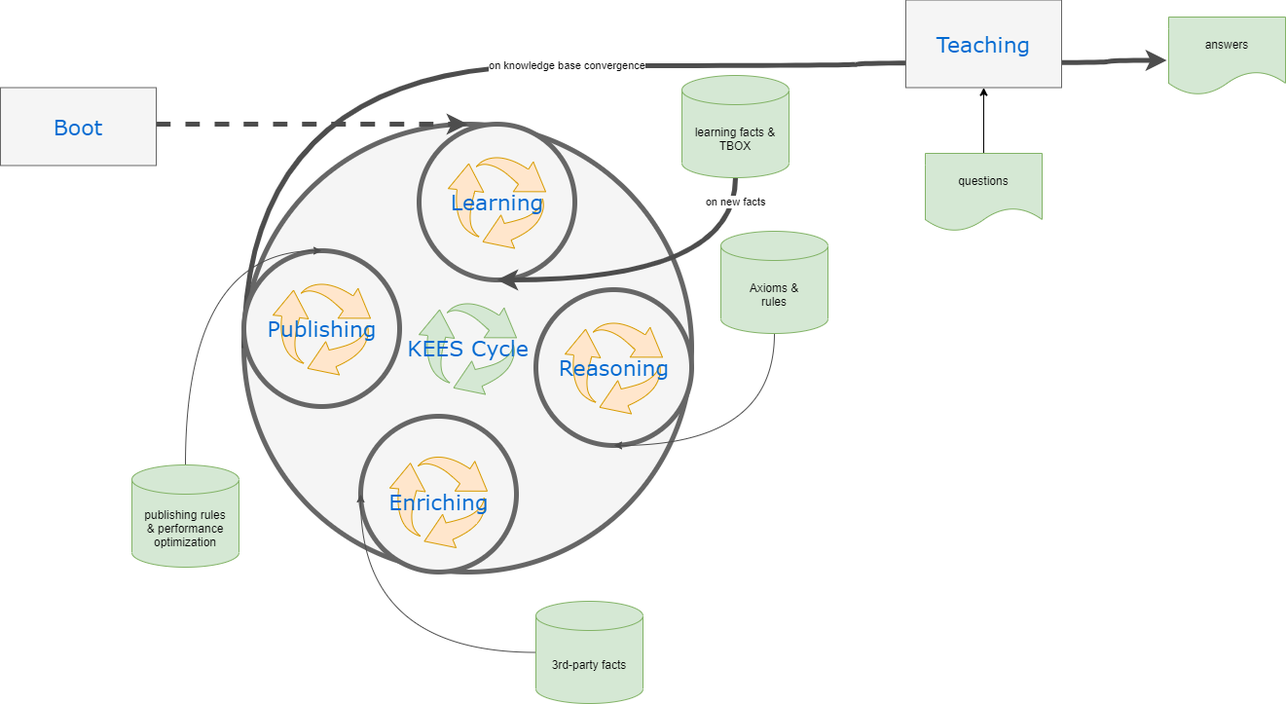
The draw.io diagram v1/images/cycle.png in linkeddatacenter/kees, before a commit. Source tidied: cells renumbered, new cells last; positions are measured from the earlier drawing's top-left corner, leaving out a move shared by most shapes.
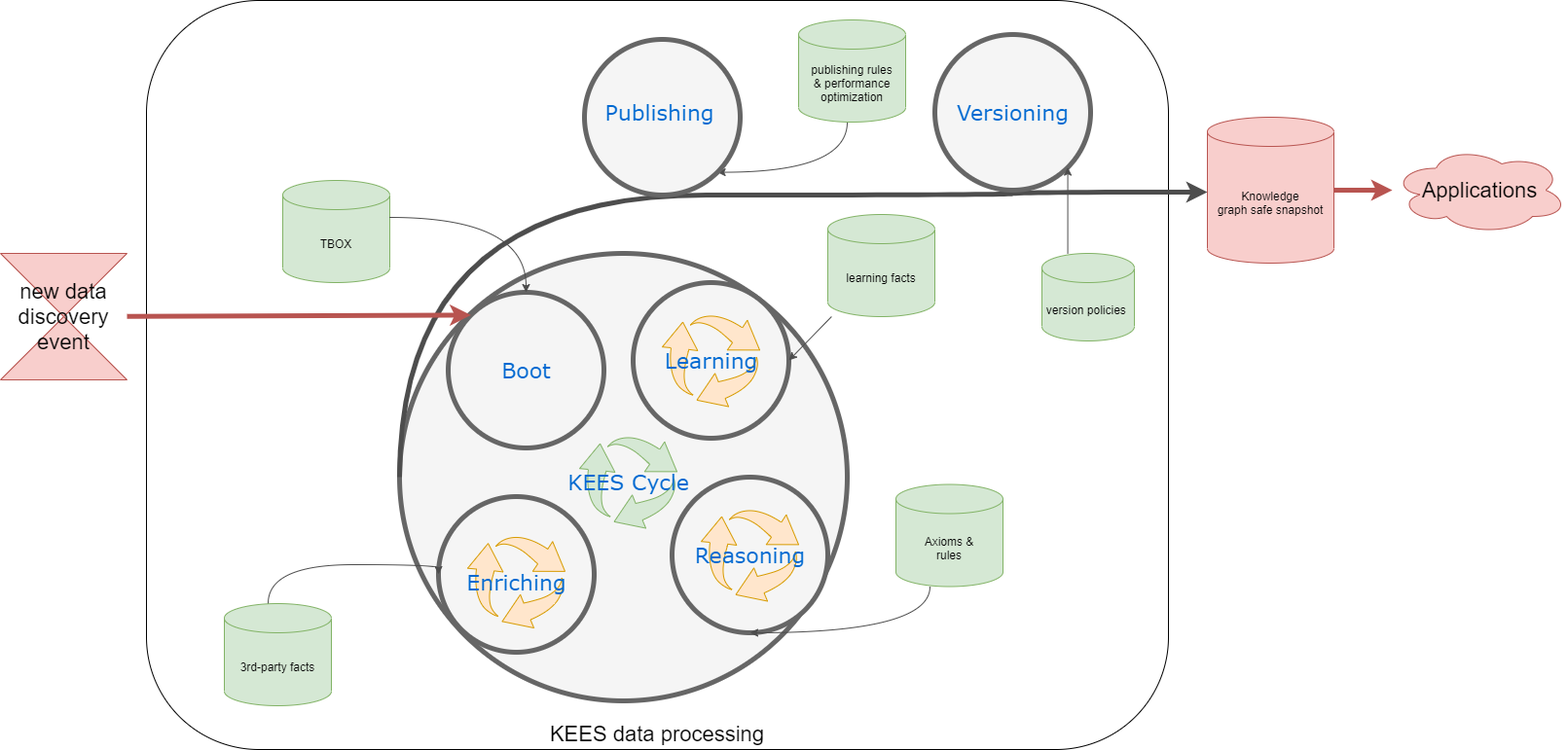
Above is the later version.

Change to the diagram source:
```diff
@@ -1,39 +1,26 @@
-<mxGraphModel>
+<mxGraphModel background="#FFFFFF">
   <root>
     <mxCell id="0" />
     <mxCell id="1" parent="0" />
+    <mxCell id="31" value="KEES data processing" style="rounded=1;whiteSpace=wrap;html=1;fontSize=22;fillColor=default;verticalAlign=bottom;" parent="1" vertex="1">
+      <mxGeometry x="150" y="8" width="1050" height="770" as="geometry" />
+    </mxCell>
     <mxCell id="2" style="ellipse;whiteSpace=wrap;html=1;rounded=0;shadow=0;dashed=0;comic=0;fontFamily=Verdana;fontSize=22;fontColor=#0069D1;fillColor=#f5f5f5;strokeColor=#666666;strokeWidth=5;" parent="1" vertex="1">
-      <mxGeometry x="250" y="128" width="460" height="460" as="geometry" />
+      <mxGeometry x="410" y="268" width="460" height="460" as="geometry" />
     </mxCell>
-    <mxCell id="3" style="edgeStyle=orthogonalEdgeStyle;curved=1;rounded=0;jettySize=auto;html=1;strokeWidth=5;strokeColor=#4D4D4D;entryX=0.5;entryY=0;entryDx=0;entryDy=0;dashed=1;" parent="1" edge="1" source="4" target="2">
-      <mxGeometry relative="1" as="geometry">
-        <Array as="points">
-          <mxPoint x="100" y="125" />
-          <mxPoint x="120" y="125" />
-          <mxPoint x="120" y="128" />
-        </Array>
-      </mxGeometry>
-    </mxCell>
-    <mxCell id="4" value="Boot" style="rectangle;whiteSpace=wrap;html=1;rounded=0;shadow=0;dashed=0;comic=0;fontFamily=Verdana;fontSize=22;fontColor=#0069D1;fillColor=#f5f5f5;strokeColor=#666666;" parent="1" vertex="1">
-      <mxGeometry y="90.5" width="160" height="80" as="geometry" />
-    </mxCell>
-    <mxCell id="5" value="on knowledge base convergence" style="rounded=0;jettySize=auto;html=1;exitX=0;exitY=0.5;exitDx=0;exitDy=0;entryX=-0.018;entryY=0.59;entryDx=0;entryDy=0;strokeColor=#4D4D4D;strokeWidth=5;edgeStyle=orthogonalEdgeStyle;curved=1;entryPerimeter=0;" parent="1" edge="1" source="2">
+    <mxCell id="5" style="rounded=0;jettySize=auto;html=1;exitX=0;exitY=0.5;exitDx=0;exitDy=0;strokeColor=#4D4D4D;strokeWidth=5;edgeStyle=orthogonalEdgeStyle;curved=1;" parent="1" edge="1" source="2" target="41">
       <mxGeometry relative="1" as="geometry">
-        <mxPoint x="1198" y="62.5" as="targetPoint" />
         <Array as="points">
-          <mxPoint x="250" y="68" />
-          <mxPoint x="880" y="68" />
-          <mxPoint x="880" y="65" />
-          <mxPoint x="1138" y="65" />
-          <mxPoint x="1138" y="63" />
+          <mxPoint x="410" y="208" />
+          <mxPoint x="1040" y="208" />
+          <mxPoint x="1040" y="205" />
+          <mxPoint x="1298" y="205" />
+          <mxPoint x="1298" y="203" />
         </Array>
       </mxGeometry>
     </mxCell>
-    <mxCell id="6" value="&lt;span style=&quot;color: rgb(0 , 105 , 209) ; font-family: &amp;#34;verdana&amp;#34; ; font-size: 22px&quot;&gt;KEES Cycle&lt;/span&gt;" style="sketch=0;html=1;strokeColor=#82b366;shadow=0;align=center;verticalAlign=middle;fillColor=#d5e8d4;shape=mxgraph.gcp2.arrow_cycle;" parent="1" vertex="1">
-      <mxGeometry x="430" y="310.5" width="100" height="95" as="geometry" />
-    </mxCell>
     <mxCell id="7" style="group;" parent="1" vertex="1">
-      <mxGeometry x="550" y="298" width="160" height="160" as="geometry" />
+      <mxGeometry x="690" y="498" width="160" height="160" as="geometry" />
     </mxCell>
     <mxCell id="8" style="ellipse;whiteSpace=wrap;html=1;rounded=0;shadow=0;dashed=0;comic=0;fontFamily=Verdana;fontSize=22;fontColor=#0069D1;fillColor=#f5f5f5;strokeColor=#666666;strokeWidth=5;" parent="7" vertex="1">
       <mxGeometry width="160" height="160" as="geometry" />
@@ -42,7 +29,7 @@
       <mxGeometry x="30" y="32.5" width="100" height="95" as="geometry" />
     </mxCell>
     <mxCell id="10" style="group;" parent="1" vertex="1">
-      <mxGeometry x="430" y="128" width="160" height="160" as="geometry" />
+      <mxGeometry x="650" y="298" width="160" height="160" as="geometry" />
     </mxCell>
     <mxCell id="11" value="&lt;span style=&quot;color: rgba(0 , 0 , 0 , 0) ; font-family: monospace ; font-size: 0px&quot;&gt;%3CmxGraphModel%3E%3Croot%3E%3CmxCell%20id%3D%220%22%2F%3E%3CmxCell%20id%3D%221%22%20parent%3D%220%22%2F%3E%3CmxCell%20id%3D%222%22%20value%3D%22%26lt%3Bspan%20style%3D%26quot%3Bcolor%3A%20rgb(0%20%2C%20105%20%2C%20209)%20%3B%20font-family%3A%20%26amp%3B%2334%3Bverdana%26amp%3B%2334%3B%20%3B%20font-size%3A%2022px%26quot%3B%26gt%3BReasoning%26lt%3B%2Fspan%26gt%3B%22%20style%3D%22sketch%3D0%3Bhtml%3D1%3Baspect%3Dfixed%3BstrokeColor%3Dnone%3Bshadow%3D0%3Balign%3Dcenter%3BverticalAlign%3Dmiddle%3BfillColor%3D%2399CCFF%3Bshape%3Dmxgraph.gcp2.arrow_cycle%22%20vertex%3D%221%22%20parent%3D%221%22%3E%3CmxGeometry%20x%3D%22690%22%20y%3D%22402.5%22%20width%3D%22100%22%20height%3D%2295%22%20as%3D%22geometry%22%2F%3E%3C%2FmxCell%3E%3C%2Froot%3E%3C%2FmxGraphModel%3E&lt;/span&gt;" style="ellipse;whiteSpace=wrap;html=1;rounded=0;shadow=0;dashed=0;comic=0;fontFamily=Verdana;fontSize=22;fontColor=#0069D1;fillColor=#f5f5f5;strokeColor=#666666;strokeWidth=5;" parent="10" vertex="1">
       <mxGeometry width="160" height="160" as="geometry" />
@@ -50,17 +37,8 @@
     <mxCell id="12" value="&lt;span style=&quot;color: rgb(0 , 105 , 209) ; font-family: &amp;#34;verdana&amp;#34; ; font-size: 22px&quot;&gt;Learning&lt;/span&gt;" style="sketch=0;html=1;strokeColor=#d79b00;shadow=0;align=center;verticalAlign=middle;fillColor=#ffe6cc;shape=mxgraph.gcp2.arrow_cycle;" parent="10" vertex="1">
       <mxGeometry x="30" y="32.5" width="100" height="95" as="geometry" />
     </mxCell>
-    <mxCell id="13" style="group;" parent="1" vertex="1">
-      <mxGeometry x="250" y="258" width="160" height="160" as="geometry" />
-    </mxCell>
-    <mxCell id="14" style="ellipse;whiteSpace=wrap;html=1;rounded=0;shadow=0;dashed=0;comic=0;fontFamily=Verdana;fontSize=22;fontColor=#0069D1;fillColor=#f5f5f5;strokeColor=#666666;strokeWidth=5;" parent="13" vertex="1">
-      <mxGeometry width="160" height="160" as="geometry" />
-    </mxCell>
-    <mxCell id="15" value="&lt;span style=&quot;color: rgb(0 , 105 , 209) ; font-family: &amp;#34;verdana&amp;#34; ; font-size: 22px&quot;&gt;Publishing&lt;/span&gt;" style="sketch=0;html=1;strokeColor=#d79b00;shadow=0;align=center;verticalAlign=middle;fillColor=#ffe6cc;shape=mxgraph.gcp2.arrow_cycle;" parent="13" vertex="1">
-      <mxGeometry x="30" y="32.5" width="100" height="95" as="geometry" />
-    </mxCell>
     <mxCell id="16" style="group;" parent="1" vertex="1">
-      <mxGeometry x="370" y="428" width="160" height="160" as="geometry" />
+      <mxGeometry x="450" y="518" width="160" height="160" as="geometry" />
     </mxCell>
     <mxCell id="17" value="&lt;span style=&quot;color: rgba(0 , 0 , 0 , 0) ; font-family: monospace ; font-size: 0px&quot;&gt;%3CmxGraphModel%3E%3Croot%3E%3CmxCell%20id%3D%220%22%2F%3E%3CmxCell%20id%3D%221%22%20parent%3D%220%22%2F%3E%3CmxCell%20id%3D%222%22%20value%3D%22%26lt%3Bspan%20style%3D%26quot%3Bcolor%3A%20rgb(0%20%2C%20105%20%2C%20209)%20%3B%20font-family%3A%20%26amp%3B%2334%3Bverdana%26amp%3B%2334%3B%20%3B%20font-size%3A%2022px%26quot%3B%26gt%3BLearning%26lt%3B%2Fspan%26gt%3B%22%20style%3D%22sketch%3D0%3Bhtml%3D1%3Baspect%3Dfixed%3BstrokeColor%3Dnone%3Bshadow%3D0%3Balign%3Dcenter%3BverticalAlign%3Dmiddle%3BfillColor%3D%2399CCFF%3Bshape%3Dmxgraph.gcp2.arrow_cycle%22%20vertex%3D%221%22%20parent%3D%221%22%3E%3CmxGeometry%20x%3D%22630%22%20y%3D%22182.5%22%20width%3D%22100%22%20height%3D%2295%22%20as%3D%22geometry%22%2F%3E%3C%2FmxCell%3E%3C%2Froot%3E%3C%2FmxGraphModel%3E&lt;/span&gt;" style="ellipse;whiteSpace=wrap;html=1;rounded=0;shadow=0;dashed=0;comic=0;fontFamily=Verdana;fontSize=22;fontColor=#0069D1;fillColor=#f5f5f5;strokeColor=#666666;strokeWidth=5;" parent="16" vertex="1">
       <mxGeometry width="160" height="160" as="geometry" />
@@ -68,57 +46,109 @@
     <mxCell id="18" value="&lt;span style=&quot;color: rgb(0 , 105 , 209) ; font-family: &amp;#34;verdana&amp;#34; ; font-size: 22px&quot;&gt;Enriching&lt;/span&gt;" style="sketch=0;html=1;strokeColor=#d79b00;shadow=0;align=center;verticalAlign=middle;fillColor=#ffe6cc;shape=mxgraph.gcp2.arrow_cycle;" parent="16" vertex="1">
       <mxGeometry x="30" y="40" width="100" height="95" as="geometry" />
     </mxCell>
-    <mxCell id="19" value="on new facts" style="rounded=0;jettySize=auto;html=1;strokeColor=#4D4D4D;strokeWidth=5;entryX=0.5;entryY=1;entryDx=0;entryDy=0;edgeStyle=orthogonalEdgeStyle;curved=1;" parent="1" edge="1" source="20" target="11">
+    <mxCell id="19" style="rounded=0;jettySize=auto;html=1;strokeColor=#4D4D4D;strokeWidth=1;fontSize=9;" parent="1" edge="1" source="20">
       <mxGeometry x="-0.86" relative="1" as="geometry">
-        <Array as="points">
-          <mxPoint x="755" y="288" />
-        </Array>
+        <mxPoint x="810" y="378" as="targetPoint" />
       </mxGeometry>
     </mxCell>
-    <mxCell id="20" value="learning facts &amp;amp; TBOX" style="shape=cylinder3;whiteSpace=wrap;html=1;boundedLbl=1;backgroundOutline=1;size=15;strokeWidth=0;fillColor=#d5e8d4;verticalAlign=middle;strokeColor=#82b366;" parent="1" vertex="1">
-      <mxGeometry x="700" y="78" width="110" height="105" as="geometry" />
+    <mxCell id="20" value="learning facts" style="shape=cylinder3;whiteSpace=wrap;html=1;boundedLbl=1;backgroundOutline=1;size=15;strokeWidth=0;fillColor=#d5e8d4;verticalAlign=middle;strokeColor=#82b366;" parent="1" vertex="1">
+      <mxGeometry x="850" y="228" width="110" height="105" as="geometry" />
     </mxCell>
-    <mxCell id="21" style="edgeStyle=orthogonalEdgeStyle;curved=1;rounded=0;jettySize=auto;html=1;entryX=0;entryY=0.5;entryDx=0;entryDy=0;strokeColor=#4D4D4D;strokeWidth=1;" parent="1" edge="1" source="22" target="17">
+    <mxCell id="21" style="edgeStyle=orthogonalEdgeStyle;curved=1;rounded=0;jettySize=auto;html=1;strokeColor=#4D4D4D;strokeWidth=1;entryX=0;entryY=0.5;entryDx=0;entryDy=0;" parent="1" edge="1" source="22" target="17">
       <mxGeometry relative="1" as="geometry">
         <Array as="points">
-          <mxPoint x="370" y="671" />
+          <mxPoint x="275" y="588" />
+          <mxPoint x="450" y="588" />
         </Array>
       </mxGeometry>
     </mxCell>
     <mxCell id="22" value="3rd-party facts" style="shape=cylinder3;whiteSpace=wrap;html=1;boundedLbl=1;backgroundOutline=1;size=15;strokeWidth=0;fillColor=#d5e8d4;verticalAlign=middle;strokeColor=#82b366;" parent="1" vertex="1">
-      <mxGeometry x="550" y="618" width="110" height="105" as="geometry" />
+      <mxGeometry x="230" y="628" width="110" height="105" as="geometry" />
     </mxCell>
     <mxCell id="23" style="edgeStyle=orthogonalEdgeStyle;curved=1;rounded=0;jettySize=auto;html=1;entryX=0.5;entryY=1;entryDx=0;entryDy=0;strokeColor=#4D4D4D;strokeWidth=1;" parent="1" edge="1" source="24" target="8">
       <mxGeometry relative="1" as="geometry">
         <Array as="points">
-          <mxPoint x="795" y="458" />
+          <mxPoint x="955" y="598" />
         </Array>
       </mxGeometry>
     </mxCell>
     <mxCell id="24" value="Axioms &amp;amp;&lt;br&gt;rules" style="shape=cylinder3;whiteSpace=wrap;html=1;boundedLbl=1;backgroundOutline=1;size=15;strokeWidth=0;fillColor=#d5e8d4;verticalAlign=middle;strokeColor=#82b366;" parent="1" vertex="1">
-      <mxGeometry x="740" y="238" width="110" height="105" as="geometry" />
+      <mxGeometry x="920" y="505.5" width="110" height="105" as="geometry" />
     </mxCell>
-    <mxCell id="25" style="edgeStyle=orthogonalEdgeStyle;curved=1;rounded=0;jettySize=auto;html=1;entryX=0.5;entryY=0;entryDx=0;entryDy=0;strokeColor=#4D4D4D;strokeWidth=1;" parent="1" edge="1" source="26" target="14">
+    <mxCell id="25" style="edgeStyle=orthogonalEdgeStyle;curved=1;rounded=0;jettySize=auto;html=1;entryX=1;entryY=1;entryDx=0;entryDy=0;strokeColor=#4D4D4D;strokeWidth=1;" parent="1" edge="1" source="26" target="14">
       <mxGeometry relative="1" as="geometry">
         <Array as="points">
-          <mxPoint x="190" y="258" />
+          <mxPoint x="870" y="185" />
         </Array>
       </mxGeometry>
     </mxCell>
     <mxCell id="26" value="publishing rules&lt;br&gt;&amp;amp; performance optimization" style="shape=cylinder3;whiteSpace=wrap;html=1;boundedLbl=1;backgroundOutline=1;size=15;strokeWidth=0;fillColor=#d5e8d4;verticalAlign=middle;strokeColor=#82b366;" parent="1" vertex="1">
-      <mxGeometry x="135" y="478" width="110" height="105" as="geometry" />
+      <mxGeometry x="820" y="28" width="110" height="105" as="geometry" />
     </mxCell>
-    <mxCell id="27" value="Teaching" style="rectangle;whiteSpace=wrap;html=1;rounded=0;shadow=0;dashed=0;comic=0;fontFamily=Verdana;fontSize=22;fontColor=#0069D1;fillColor=#f5f5f5;strokeColor=#666666;" parent="1" vertex="1">
-      <mxGeometry x="930" y="0.5" width="160" height="90" as="geometry" />
-    </mxCell>
-    <mxCell id="28" style="edgeStyle=orthogonalEdgeStyle;curved=1;rounded=0;jettySize=auto;html=1;" parent="1" edge="1" source="29" target="27">
-      <mxGeometry relative="1" as="geometry" />
-    </mxCell>
-    <mxCell id="29" value="questions" style="shape=document;whiteSpace=wrap;html=1;boundedLbl=1;fillColor=#d5e8d4;strokeColor=#82b366;" parent="1" vertex="1">
-      <mxGeometry x="950" y="158" width="120" height="80" as="geometry" />
-    </mxCell>
-    <mxCell id="30" value="answers" style="shape=document;whiteSpace=wrap;html=1;boundedLbl=1;fillColor=#d5e8d4;strokeColor=#82b366;" parent="1" vertex="1">
-      <mxGeometry x="1200" y="18" width="120" height="80" as="geometry" />
-    </mxCell>
+    <mxCell id="32" style="group;" parent="1" vertex="1">
+      <mxGeometry x="460" y="308" width="160" height="160" as="geometry" />
+    </mxCell>
+    <mxCell id="33" value="&lt;span style=&quot;color: rgba(0 , 0 , 0 , 0) ; font-family: monospace ; font-size: 0px&quot;&gt;Bo&lt;/span&gt;" style="ellipse;whiteSpace=wrap;html=1;rounded=0;shadow=0;dashed=0;comic=0;fontFamily=Verdana;fontSize=22;fontColor=#0069D1;fillColor=#f5f5f5;strokeColor=#666666;strokeWidth=5;" parent="32" vertex="1">
+      <mxGeometry width="160" height="160" as="geometry" />
+    </mxCell>
+    <mxCell id="4" value="Boot" style="rectangle;whiteSpace=wrap;html=1;rounded=0;shadow=0;dashed=0;comic=0;fontFamily=Verdana;fontSize=22;fontColor=#0069D1;fillColor=#f5f5f5;strokeColor=none;" parent="32" vertex="1">
+      <mxGeometry x="27.5" y="50" width="105" height="60" as="geometry" />
+    </mxCell>
+    <mxCell id="34" value="TBOX" style="shape=cylinder3;whiteSpace=wrap;html=1;boundedLbl=1;backgroundOutline=1;size=15;strokeWidth=0;fillColor=#d5e8d4;verticalAlign=middle;strokeColor=#82b366;" parent="1" vertex="1">
+      <mxGeometry x="290" y="193" width="110" height="105" as="geometry" />
+    </mxCell>
+    <mxCell id="35" style="edgeStyle=orthogonalEdgeStyle;curved=1;rounded=0;jettySize=auto;html=1;strokeColor=#4D4D4D;strokeWidth=1;entryX=0.5;entryY=0;entryDx=0;entryDy=0;" parent="1" edge="1" source="34" target="33">
+      <mxGeometry relative="1" as="geometry">
+        <Array as="points">
+          <mxPoint x="540" y="231" />
+        </Array>
+      </mxGeometry>
+    </mxCell>
+    <mxCell id="36" style="group;" parent="1" vertex="1">
+      <mxGeometry x="600" y="48" width="160" height="160" as="geometry" />
+    </mxCell>
+    <mxCell id="14" style="ellipse;whiteSpace=wrap;html=1;rounded=0;shadow=0;dashed=0;comic=0;fontFamily=Verdana;fontSize=22;fontColor=#0069D1;fillColor=#f5f5f5;strokeColor=#666666;strokeWidth=5;" parent="36" vertex="1">
+      <mxGeometry width="160" height="160" as="geometry" />
+    </mxCell>
+    <mxCell id="15" value="Publishing" style="rectangle;whiteSpace=wrap;html=1;rounded=0;shadow=0;dashed=0;comic=0;fontFamily=Verdana;fontSize=22;fontColor=#0069D1;fillColor=#f5f5f5;strokeColor=none;" parent="36" vertex="1">
+      <mxGeometry x="25" y="45" width="105" height="60" as="geometry" />
+    </mxCell>
+    <mxCell id="37" style="group;" parent="1" vertex="1">
+      <mxGeometry x="960" y="43" width="160" height="160" as="geometry" />
+    </mxCell>
+    <mxCell id="38" value="&lt;span style=&quot;color: rgba(0 , 0 , 0 , 0) ; font-family: monospace ; font-size: 0px&quot;&gt;Bo&lt;/span&gt;" style="ellipse;whiteSpace=wrap;html=1;rounded=0;shadow=0;dashed=0;comic=0;fontFamily=Verdana;fontSize=22;fontColor=#0069D1;fillColor=#f5f5f5;strokeColor=#666666;strokeWidth=5;" parent="37" vertex="1">
+      <mxGeometry width="160" height="160" as="geometry" />
+    </mxCell>
+    <mxCell id="39" value="Versioning" style="rectangle;whiteSpace=wrap;html=1;rounded=0;shadow=0;dashed=0;comic=0;fontFamily=Verdana;fontSize=22;fontColor=#0069D1;fillColor=#f5f5f5;strokeColor=none;" parent="37" vertex="1">
+      <mxGeometry x="27.5" y="50" width="105" height="60" as="geometry" />
+    </mxCell>
+    <mxCell id="40" style="edgeStyle=none;rounded=0;jettySize=auto;html=1;fontSize=22;strokeWidth=5;fillColor=#f8cecc;strokeColor=#b85450;endArrow=classic;endFill=1;" parent="1" edge="1" source="41" target="43">
+      <mxGeometry relative="1" as="geometry" />
+    </mxCell>
+    <mxCell id="41" value="Knowledge&lt;br&gt;graph safe snapshot" style="shape=cylinder3;whiteSpace=wrap;html=1;boundedLbl=1;backgroundOutline=1;size=15;fillColor=#f8cecc;strokeColor=#b85450;" parent="1" vertex="1">
+      <mxGeometry x="1240" y="128" width="130" height="150" as="geometry" />
+    </mxCell>
+    <mxCell id="42" style="rounded=0;jettySize=auto;html=1;fontSize=22;strokeWidth=5;fillColor=#f8cecc;strokeColor=#b85450;entryX=0;entryY=0;entryDx=0;entryDy=0;" parent="1" edge="1" source="46" target="33">
+      <mxGeometry relative="1" as="geometry" />
+    </mxCell>
+    <mxCell id="43" value="&lt;span&gt;Applications&lt;/span&gt;" style="ellipse;shape=cloud;whiteSpace=wrap;html=1;fontSize=22;fillColor=#f8cecc;verticalAlign=middle;strokeColor=#b85450;" parent="1" vertex="1">
+      <mxGeometry x="1430" y="158" width="180" height="90" as="geometry" />
+    </mxCell>
+    <mxCell id="44" value="version policies&amp;nbsp;" style="shape=cylinder3;whiteSpace=wrap;html=1;boundedLbl=1;backgroundOutline=1;size=15;strokeWidth=0;fillColor=#d5e8d4;verticalAlign=middle;strokeColor=#82b366;" parent="1" vertex="1">
+      <mxGeometry x="1070" y="268" width="95" height="90" as="geometry" />
+    </mxCell>
+    <mxCell id="45" style="rounded=0;jettySize=auto;html=1;strokeColor=#4D4D4D;strokeWidth=1;edgeStyle=orthogonalEdgeStyle;curved=1;fontSize=9;entryX=1;entryY=1;entryDx=0;entryDy=0;" parent="1" edge="1" source="44" target="38">
+      <mxGeometry x="-0.86" relative="1" as="geometry">
+        <Array as="points">
+          <mxPoint x="1097" y="180" />
+        </Array>
+      </mxGeometry>
+    </mxCell>
+    <mxCell id="46" value="new data discovery event" style="shape=collate;whiteSpace=wrap;html=1;fontSize=22;fillColor=#f8cecc;verticalAlign=middle;strokeColor=#b85450;" parent="1" vertex="1">
+      <mxGeometry y="268" width="130" height="130" as="geometry" />
+    </mxCell>
+    <mxCell id="6" value="&lt;span style=&quot;color: rgb(0 , 105 , 209) ; font-family: &amp;#34;verdana&amp;#34; ; font-size: 22px&quot;&gt;KEES Cycle&lt;/span&gt;" style="sketch=0;html=1;strokeColor=#82b366;shadow=0;align=center;verticalAlign=middle;fillColor=#d5e8d4;shape=mxgraph.gcp2.arrow_cycle;" parent="1" vertex="1">
+      <mxGeometry x="595" y="455.5" width="100" height="95" as="geometry" />
+    </mxCell>
   </root>
 </mxGraphModel>
```
